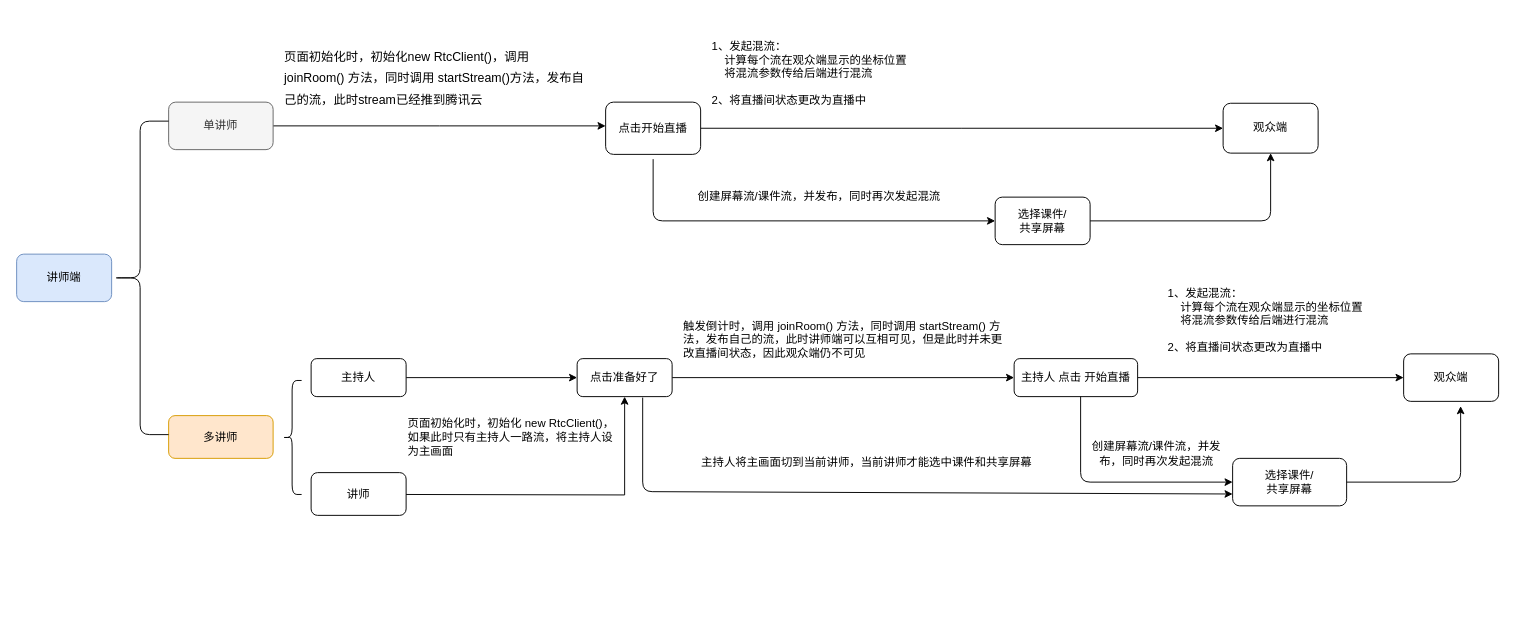
Earlier version of the draw.io diagram Untitled Diagram.drawio (WoodyJang/img). Source tidied: cells renumbered, new cells numbered last; positions are measured from the earlier drawing's top-left corner, leaving out a move shared by most shapes. Both pictures are drawn from the tidied source at 95%, with x=0, y=0 at pixel (16, 16).
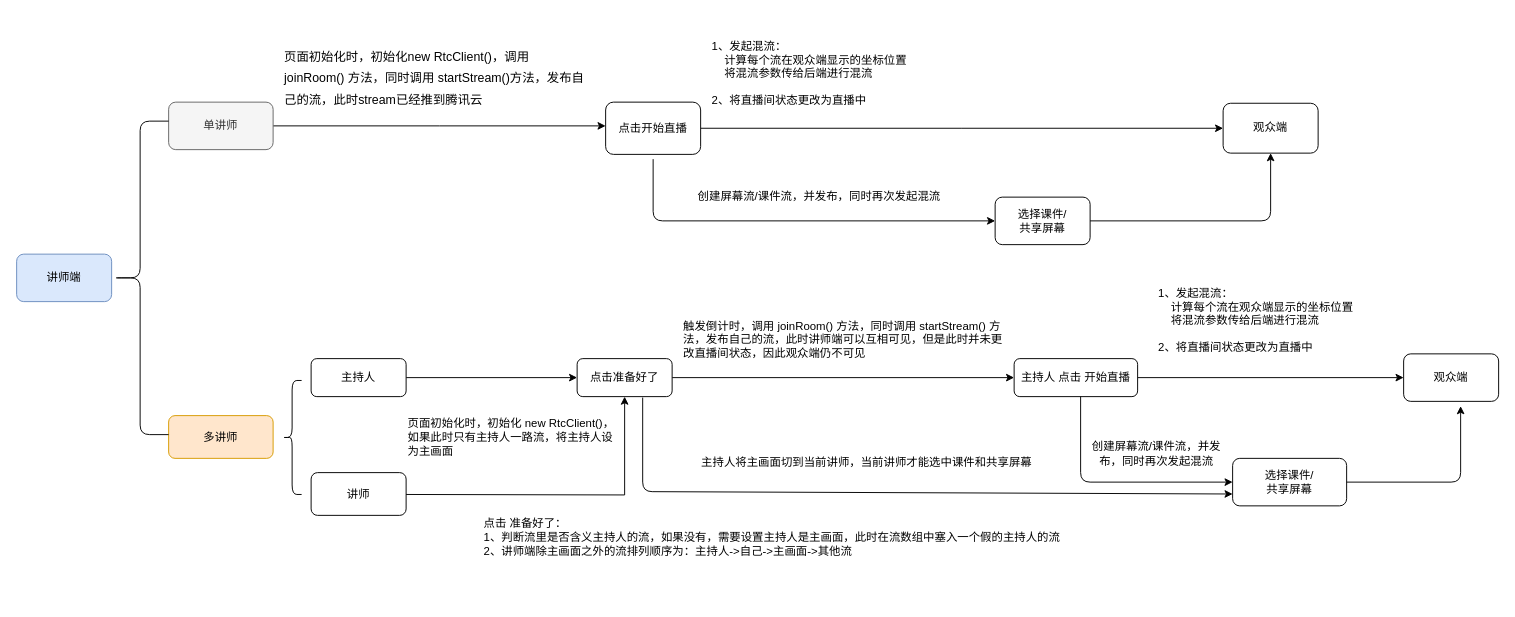
After the change.

What changed in the source:
```diff
@@
     <mxCell id="29" value="&lt;div&gt;&lt;span&gt;1、发起混流：&lt;/span&gt;&lt;/div&gt;&amp;nbsp; &amp;nbsp; 计算每个流在观众端显示的坐标位置&lt;br&gt;&amp;nbsp; &amp;nbsp; 将混流参数传给后端进行混流&lt;br&gt;&lt;br&gt;2、将直播间状态更改为直播中" style="text;html=1;strokeColor=none;fillColor=none;align=left;verticalAlign=middle;whiteSpace=wrap;rounded=0;" parent="1" vertex="1">
-      <mxGeometry x="1210" y="260" width="340" height="120" as="geometry" />
+      <mxGeometry x="1200" y="260" width="340" height="120" as="geometry" />
     </mxCell>
@@
+    <mxCell id="35" value="点击 准备好了：&lt;br&gt;1、判断流里是否含义主持人的流，如果没有，需要设置主持人是主画面，此时在流数组中塞入一个假的主持人的流&lt;br&gt;2、讲师端除主画面之外的流排列顺序为：主持人-&amp;gt;自己-&amp;gt;主画面-&amp;gt;其他流" style="text;html=1;strokeColor=none;fillColor=none;align=left;verticalAlign=middle;whiteSpace=wrap;rounded=0;" parent="1" vertex="1">
+      <mxGeometry x="490" y="480" width="639" height="135" as="geometry" />
+    </mxCell>
```
